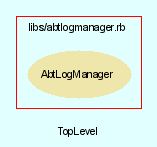
This is src/trunk/doc/dot/f_2.png from eschabell/abtlinux, a Graphviz export, as it was before one commit. Its source is kept beside it as src/trunk/doc/dot/f_2.dot.
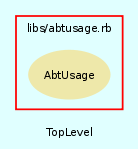
After the commit.

What changed in the source:
```diff
@@ -13,14 +13,14 @@
     subgraph cluster_3 {
         fontname = Arial
         color = red
-        label = "libs/abtlogmanager.rb"
-        AbtLogManager [
+        label = "libs/abtusage.rb"
+        AbtUsage [
             fontcolor = black,
-            URL = "classes/AbtLogManager.html",
+            URL = "classes/AbtUsage.html",
             shape = ellipse,
             color = palegoldenrod,
             style = filled,
-            label = "AbtLogManager"
+            label = "AbtUsage"
         ]
 
     }
```
